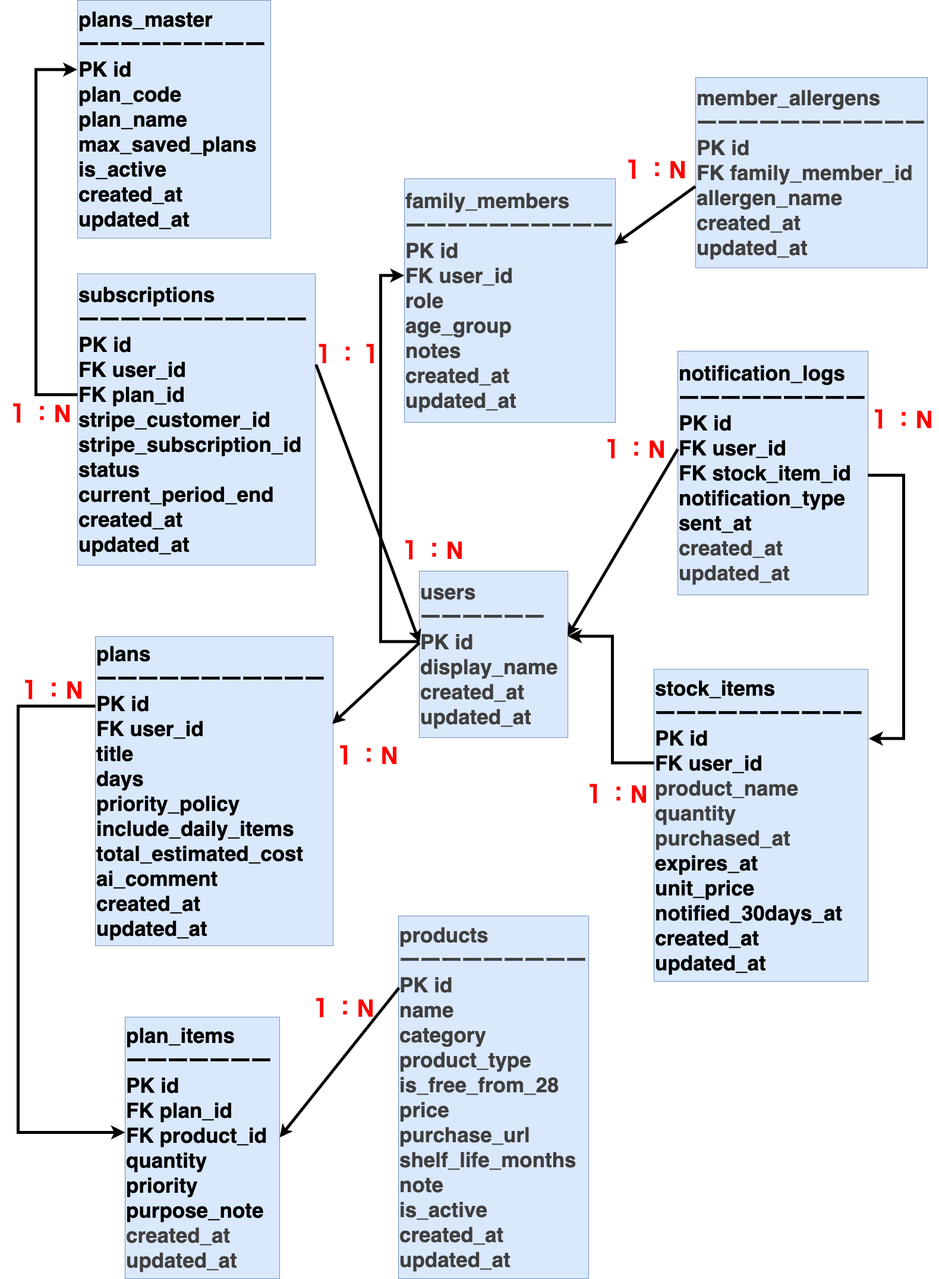
Before: docs/db/sonaeare-er.png, a diagram exported from draw.io (aya425/sonae-are). Source tidied: cells renumbered, new cells last; positions are measured from the earlier drawing's top-left corner, leaving out a move shared by most shapes.
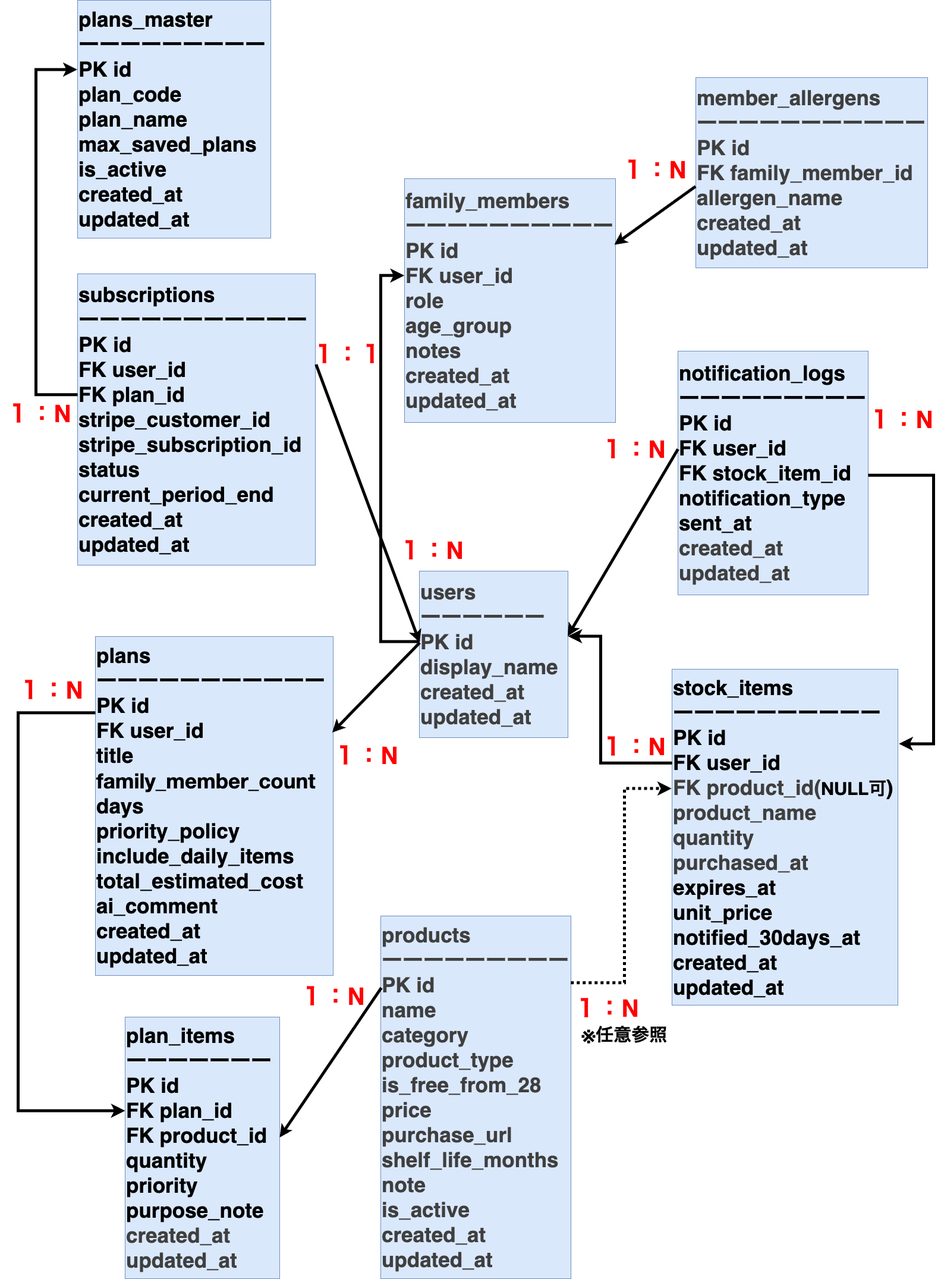
After the commit.

Commit message:
fix: 最新のDB設計書に合わせてER図を更新

What changed in the source:
```diff
@@ -1,2 +1,2 @@
-<mxGraphModel>
+<mxGraphModel background="#FFFFFF">
   <root>
@@ -11,6 +11,6 @@
     <mxCell id="4" value="&lt;div style=&quot;color: rgb(63, 63, 63); scrollbar-color: rgb(226, 226, 226) rgb(251, 251, 251);&quot;&gt;&lt;font style=&quot;scrollbar-color: rgb(226, 226, 226) rgb(251, 251, 251); font-size: 35px;&quot;&gt;&lt;b&gt;products&lt;/b&gt;&lt;/font&gt;&lt;/div&gt;&lt;div style=&quot;color: rgb(63, 63, 63); scrollbar-color: rgb(226, 226, 226) rgb(251, 251, 251);&quot;&gt;&lt;font style=&quot;scrollbar-color: rgb(226, 226, 226) rgb(251, 251, 251); font-size: 35px;&quot;&gt;&lt;span style=&quot;color: rgb(63, 63, 63); scrollbar-color: rgb(226, 226, 226) rgb(251, 251, 251);&quot;&gt;&lt;b&gt;ーーーーーーーーー&lt;/b&gt;&lt;/span&gt;&lt;/font&gt;&lt;/div&gt;&lt;div style=&quot;color: rgb(63, 63, 63); scrollbar-color: rgb(226, 226, 226) rgb(251, 251, 251);&quot;&gt;&lt;font style=&quot;scrollbar-color: rgb(226, 226, 226) rgb(251, 251, 251); font-size: 35px;&quot;&gt;&lt;b&gt;PK id&lt;/b&gt;&lt;/font&gt;&lt;/div&gt;&lt;div style=&quot;color: rgb(63, 63, 63); scrollbar-color: rgb(226, 226, 226) rgb(251, 251, 251);&quot;&gt;&lt;font style=&quot;scrollbar-color: rgb(226, 226, 226) rgb(251, 251, 251); font-size: 35px;&quot;&gt;&lt;b&gt;name&lt;/b&gt;&lt;/font&gt;&lt;/div&gt;&lt;div style=&quot;color: rgb(63, 63, 63); scrollbar-color: rgb(226, 226, 226) rgb(251, 251, 251);&quot;&gt;&lt;font style=&quot;scrollbar-color: rgb(226, 226, 226) rgb(251, 251, 251); font-size: 35px;&quot;&gt;&lt;b&gt;category&lt;/b&gt;&lt;/font&gt;&lt;/div&gt;&lt;div style=&quot;color: rgb(63, 63, 63); scrollbar-color: rgb(226, 226, 226) rgb(251, 251, 251);&quot;&gt;&lt;font style=&quot;scrollbar-color: rgb(226, 226, 226) rgb(251, 251, 251); font-size: 35px;&quot;&gt;&lt;b&gt;product_type&lt;/b&gt;&lt;/font&gt;&lt;/div&gt;&lt;div style=&quot;color: rgb(63, 63, 63); scrollbar-color: rgb(226, 226, 226) rgb(251, 251, 251);&quot;&gt;&lt;font style=&quot;scrollbar-color: rgb(226, 226, 226) rgb(251, 251, 251); font-size: 35px;&quot;&gt;&lt;b&gt;is_free_from_28&lt;/b&gt;&lt;/font&gt;&lt;/div&gt;&lt;div style=&quot;color: rgb(63, 63, 63); scrollbar-color: rgb(226, 226, 226) rgb(251, 251, 251);&quot;&gt;&lt;font style=&quot;scrollbar-color: rgb(226, 226, 226) rgb(251, 251, 251); font-size: 35px;&quot;&gt;&lt;b&gt;price&lt;/b&gt;&lt;/font&gt;&lt;/div&gt;&lt;div style=&quot;color: rgb(63, 63, 63); scrollbar-color: rgb(226, 226, 226) rgb(251, 251, 251);&quot;&gt;&lt;font style=&quot;scrollbar-color: rgb(226, 226, 226) rgb(251, 251, 251); font-size: 35px;&quot;&gt;&lt;b&gt;purchase_url&lt;/b&gt;&lt;/font&gt;&lt;/div&gt;&lt;div style=&quot;color: rgb(63, 63, 63); scrollbar-color: rgb(226, 226, 226) rgb(251, 251, 251);&quot;&gt;&lt;font style=&quot;scrollbar-color: rgb(226, 226, 226) rgb(251, 251, 251); font-size: 35px;&quot;&gt;&lt;b&gt;shelf_life_months&lt;/b&gt;&lt;/font&gt;&lt;/div&gt;&lt;div style=&quot;color: rgb(63, 63, 63); scrollbar-color: rgb(226, 226, 226) rgb(251, 251, 251);&quot;&gt;&lt;font style=&quot;scrollbar-color: rgb(226, 226, 226) rgb(251, 251, 251); font-size: 35px;&quot;&gt;&lt;b&gt;note&lt;/b&gt;&lt;/font&gt;&lt;/div&gt;&lt;div style=&quot;color: rgb(63, 63, 63); scrollbar-color: rgb(226, 226, 226) rgb(251, 251, 251);&quot;&gt;&lt;font style=&quot;scrollbar-color: rgb(226, 226, 226) rgb(251, 251, 251); font-size: 35px;&quot;&gt;&lt;b&gt;is_active&lt;/b&gt;&lt;/font&gt;&lt;/div&gt;&lt;div style=&quot;color: rgb(63, 63, 63); scrollbar-color: rgb(226, 226, 226) rgb(251, 251, 251);&quot;&gt;&lt;font style=&quot;scrollbar-color: rgb(226, 226, 226) rgb(251, 251, 251); font-size: 35px;&quot;&gt;&lt;b&gt;created_at&lt;/b&gt;&lt;/font&gt;&lt;/div&gt;&lt;div style=&quot;color: rgb(63, 63, 63); scrollbar-color: rgb(226, 226, 226) rgb(251, 251, 251);&quot;&gt;&lt;font style=&quot;scrollbar-color: rgb(226, 226, 226) rgb(251, 251, 251); font-size: 35px;&quot;&gt;&lt;b&gt;updated_at&lt;/b&gt;&lt;/font&gt;&lt;/div&gt;" style="rounded=0;whiteSpace=wrap;html=1;fillColor=#dae8fc;strokeColor=#6c8ebf;align=left;" parent="1" vertex="1">
-      <mxGeometry x="670" y="1540" width="320" height="610" as="geometry" />
+      <mxGeometry x="640" y="1540" width="320" height="610" as="geometry" />
     </mxCell>
-    <mxCell id="5" value="&lt;div&gt;&lt;font style=&quot;font-size: 35px;&quot; color=&quot;#000000&quot;&gt;&lt;b&gt;plans&lt;/b&gt;&lt;/font&gt;&lt;/div&gt;&lt;div&gt;&lt;font style=&quot;font-size: 35px;&quot; color=&quot;#000000&quot;&gt;&lt;b&gt;ーーーーーーーーーーー&lt;/b&gt;&lt;/font&gt;&lt;/div&gt;&lt;div&gt;&lt;font style=&quot;font-size: 35px;&quot; color=&quot;#000000&quot;&gt;&lt;b&gt;PK id&lt;/b&gt;&lt;/font&gt;&lt;/div&gt;&lt;div&gt;&lt;font style=&quot;font-size: 35px;&quot; color=&quot;#000000&quot;&gt;&lt;b&gt;FK user_id&lt;/b&gt;&lt;/font&gt;&lt;/div&gt;&lt;div&gt;&lt;font style=&quot;font-size: 35px;&quot; color=&quot;#000000&quot;&gt;&lt;b&gt;title&lt;/b&gt;&lt;/font&gt;&lt;/div&gt;&lt;div&gt;&lt;font style=&quot;font-size: 35px;&quot; color=&quot;#000000&quot;&gt;&lt;b&gt;days&lt;/b&gt;&lt;/font&gt;&lt;/div&gt;&lt;div&gt;&lt;font style=&quot;font-size: 35px;&quot; color=&quot;#000000&quot;&gt;&lt;b&gt;priority_policy&lt;/b&gt;&lt;/font&gt;&lt;/div&gt;&lt;div&gt;&lt;font style=&quot;font-size: 35px;&quot; color=&quot;#000000&quot;&gt;&lt;b&gt;include_daily_items&lt;/b&gt;&lt;/font&gt;&lt;/div&gt;&lt;div&gt;&lt;font style=&quot;font-size: 35px;&quot; color=&quot;#000000&quot;&gt;&lt;b&gt;total_estimated_cost&lt;/b&gt;&lt;/font&gt;&lt;/div&gt;&lt;div&gt;&lt;font style=&quot;font-size: 35px;&quot; color=&quot;#000000&quot;&gt;&lt;b&gt;ai_comment&lt;/b&gt;&lt;/font&gt;&lt;/div&gt;&lt;div&gt;&lt;font style=&quot;font-size: 35px;&quot; color=&quot;#000000&quot;&gt;&lt;b&gt;created_at&lt;/b&gt;&lt;/font&gt;&lt;/div&gt;&lt;div&gt;&lt;font style=&quot;font-size: 35px;&quot; color=&quot;#000000&quot;&gt;&lt;b&gt;updated_at&lt;/b&gt;&lt;/font&gt;&lt;/div&gt;" style="rounded=0;whiteSpace=wrap;html=1;fillColor=#dae8fc;strokeColor=#6c8ebf;align=left;" parent="1" vertex="1">
-      <mxGeometry x="160" y="1070" width="400" height="520" as="geometry" />
+    <mxCell id="5" value="&lt;div&gt;&lt;font style=&quot;font-size: 35px;&quot; color=&quot;#000000&quot;&gt;&lt;b&gt;plans&lt;/b&gt;&lt;/font&gt;&lt;/div&gt;&lt;div&gt;&lt;font style=&quot;font-size: 35px;&quot; color=&quot;#000000&quot;&gt;&lt;b&gt;ーーーーーーーーーーー&lt;/b&gt;&lt;/font&gt;&lt;/div&gt;&lt;div&gt;&lt;font style=&quot;font-size: 35px;&quot; color=&quot;#000000&quot;&gt;&lt;b&gt;PK id&lt;/b&gt;&lt;/font&gt;&lt;/div&gt;&lt;div&gt;&lt;font style=&quot;font-size: 35px;&quot; color=&quot;#000000&quot;&gt;&lt;b&gt;FK user_id&lt;/b&gt;&lt;/font&gt;&lt;/div&gt;&lt;div&gt;&lt;font style=&quot;font-size: 35px;&quot; color=&quot;#000000&quot;&gt;&lt;b&gt;title&lt;/b&gt;&lt;/font&gt;&lt;/div&gt;&lt;div&gt;&lt;font style=&quot;font-size: 35px;&quot; color=&quot;#000000&quot;&gt;&lt;p style=&quot;margin: 0px; font-variant-numeric: normal; font-variant-east-asian: normal; font-variant-alternates: normal; font-size-adjust: none; font-kerning: auto; font-optical-sizing: auto; font-feature-settings: normal; font-variation-settings: normal; font-variant-position: normal; font-variant-emoji: normal; font-stretch: normal; line-height: normal; font-family: &amp;quot;Helvetica Neue&amp;quot;; color: rgb(0, 0, 0);&quot; class=&quot;p1&quot;&gt;&lt;b&gt;family_member_count&lt;/b&gt;&lt;/p&gt;&lt;/font&gt;&lt;/div&gt;&lt;div&gt;&lt;font style=&quot;font-size: 35px;&quot; color=&quot;#000000&quot;&gt;&lt;b&gt;days&lt;/b&gt;&lt;/font&gt;&lt;/div&gt;&lt;div&gt;&lt;font style=&quot;font-size: 35px;&quot; color=&quot;#000000&quot;&gt;&lt;b&gt;priority_policy&lt;/b&gt;&lt;/font&gt;&lt;/div&gt;&lt;div&gt;&lt;font style=&quot;font-size: 35px;&quot; color=&quot;#000000&quot;&gt;&lt;b&gt;include_daily_items&lt;/b&gt;&lt;/font&gt;&lt;/div&gt;&lt;div&gt;&lt;font style=&quot;font-size: 35px;&quot; color=&quot;#000000&quot;&gt;&lt;b&gt;total_estimated_cost&lt;/b&gt;&lt;/font&gt;&lt;/div&gt;&lt;div&gt;&lt;font style=&quot;font-size: 35px;&quot; color=&quot;#000000&quot;&gt;&lt;b&gt;ai_comment&lt;/b&gt;&lt;/font&gt;&lt;/div&gt;&lt;div&gt;&lt;font style=&quot;font-size: 35px;&quot; color=&quot;#000000&quot;&gt;&lt;b&gt;created_at&lt;/b&gt;&lt;/font&gt;&lt;/div&gt;&lt;div&gt;&lt;font style=&quot;font-size: 35px;&quot; color=&quot;#000000&quot;&gt;&lt;b&gt;updated_at&lt;/b&gt;&lt;/font&gt;&lt;/div&gt;" style="rounded=0;whiteSpace=wrap;html=1;fillColor=#dae8fc;strokeColor=#6c8ebf;align=left;" parent="1" vertex="1">
+      <mxGeometry x="160" y="1070" width="400" height="570" as="geometry" />
     </mxCell>
@@ -31,4 +31,4 @@
     </mxCell>
-    <mxCell id="11" value="&lt;div&gt;&lt;font style=&quot;font-size: 35px;&quot; color=&quot;#000000&quot;&gt;&lt;b&gt;stock_items&lt;/b&gt;&lt;/font&gt;&lt;/div&gt;&lt;div&gt;&lt;font style=&quot;font-size: 35px;&quot; color=&quot;#000000&quot;&gt;&lt;b&gt;ーーーーーーーーーー&lt;/b&gt;&lt;/font&gt;&lt;/div&gt;&lt;div&gt;&lt;font style=&quot;font-size: 35px;&quot; color=&quot;#000000&quot;&gt;&lt;b&gt;PK id&lt;/b&gt;&lt;/font&gt;&lt;/div&gt;&lt;div&gt;&lt;font style=&quot;font-size: 35px;&quot; color=&quot;#000000&quot;&gt;&lt;b&gt;FK user_id&lt;/b&gt;&lt;/font&gt;&lt;/div&gt;&lt;div&gt;&lt;span style=&quot;color: rgb(63, 63, 63); font-size: 35px; background-color: transparent;&quot;&gt;&lt;b&gt;product_name&lt;/b&gt;&lt;/span&gt;&lt;/div&gt;&lt;div&gt;&lt;b style=&quot;color: rgb(63, 63, 63); font-size: 35px; background-color: transparent;&quot;&gt;quantity&lt;/b&gt;&lt;/div&gt;&lt;div&gt;&lt;b style=&quot;color: rgb(63, 63, 63); font-size: 35px; background-color: transparent;&quot;&gt;purchased_at&lt;/b&gt;&lt;/div&gt;&lt;div&gt;&lt;font style=&quot;font-size: 35px;&quot; color=&quot;#000000&quot;&gt;&lt;b&gt;expires_at&lt;/b&gt;&lt;/font&gt;&lt;/div&gt;&lt;div&gt;&lt;font style=&quot;font-size: 35px;&quot; color=&quot;#000000&quot;&gt;&lt;b&gt;unit_price&lt;/b&gt;&lt;/font&gt;&lt;/div&gt;&lt;div&gt;&lt;font style=&quot;font-size: 35px;&quot; color=&quot;#000000&quot;&gt;&lt;b&gt;notified_30days_at&lt;/b&gt;&lt;/font&gt;&lt;/div&gt;&lt;div&gt;&lt;font style=&quot;font-size: 35px;&quot; color=&quot;#000000&quot;&gt;&lt;b&gt;created_at&lt;/b&gt;&lt;/font&gt;&lt;/div&gt;&lt;div&gt;&lt;font style=&quot;font-size: 35px;&quot; color=&quot;#000000&quot;&gt;&lt;b&gt;updated_at&lt;/b&gt;&lt;/font&gt;&lt;/div&gt;" style="rounded=0;whiteSpace=wrap;html=1;fillColor=#dae8fc;strokeColor=#6c8ebf;align=left;" parent="1" vertex="1">
-      <mxGeometry x="1100" y="1125" width="360" height="525" as="geometry" />
+    <mxCell id="11" value="&lt;div&gt;&lt;font style=&quot;font-size: 35px;&quot; color=&quot;#000000&quot;&gt;&lt;b&gt;stock_items&lt;/b&gt;&lt;/font&gt;&lt;/div&gt;&lt;div&gt;&lt;font style=&quot;font-size: 35px;&quot; color=&quot;#000000&quot;&gt;&lt;b&gt;ーーーーーーーーーー&lt;/b&gt;&lt;/font&gt;&lt;/div&gt;&lt;div&gt;&lt;font style=&quot;font-size: 35px;&quot; color=&quot;#000000&quot;&gt;&lt;b&gt;PK id&lt;/b&gt;&lt;/font&gt;&lt;/div&gt;&lt;div&gt;&lt;font style=&quot;font-size: 35px;&quot; color=&quot;#000000&quot;&gt;&lt;b&gt;FK user_id&lt;/b&gt;&lt;/font&gt;&lt;/div&gt;&lt;div&gt;&lt;span style=&quot;color: rgb(63, 63, 63); font-size: 35px; background-color: transparent;&quot;&gt;&lt;b&gt;FK product_id(&lt;/b&gt;&lt;/span&gt;&lt;span style=&quot;color: rgb(0, 0, 0); font-family: &amp;quot;Helvetica Neue&amp;quot;; background-color: transparent;&quot;&gt;&lt;b style=&quot;&quot;&gt;&lt;font style=&quot;font-size: 30px;&quot;&gt;NULL可&lt;/font&gt;&lt;/b&gt;&lt;/span&gt;&lt;b style=&quot;background-color: transparent; font-size: 35px;&quot;&gt;)&lt;/b&gt;&lt;/div&gt;&lt;div&gt;&lt;b style=&quot;color: rgb(63, 63, 63); font-size: 35px; background-color: transparent;&quot;&gt;product_name&lt;/b&gt;&lt;/div&gt;&lt;div&gt;&lt;b style=&quot;color: rgb(63, 63, 63); font-size: 35px; background-color: transparent;&quot;&gt;quantity&lt;/b&gt;&lt;/div&gt;&lt;div&gt;&lt;b style=&quot;color: rgb(63, 63, 63); font-size: 35px; background-color: transparent;&quot;&gt;purchased_at&lt;/b&gt;&lt;/div&gt;&lt;div&gt;&lt;font style=&quot;font-size: 35px;&quot; color=&quot;#000000&quot;&gt;&lt;b&gt;expires_at&lt;/b&gt;&lt;/font&gt;&lt;/div&gt;&lt;div&gt;&lt;font style=&quot;font-size: 35px;&quot; color=&quot;#000000&quot;&gt;&lt;b&gt;unit_price&lt;/b&gt;&lt;/font&gt;&lt;/div&gt;&lt;div&gt;&lt;font style=&quot;font-size: 35px;&quot; color=&quot;#000000&quot;&gt;&lt;b&gt;notified_30days_at&lt;/b&gt;&lt;/font&gt;&lt;/div&gt;&lt;div&gt;&lt;font style=&quot;font-size: 35px;&quot; color=&quot;#000000&quot;&gt;&lt;b&gt;created_at&lt;/b&gt;&lt;/font&gt;&lt;/div&gt;&lt;div&gt;&lt;font style=&quot;font-size: 35px;&quot; color=&quot;#000000&quot;&gt;&lt;b&gt;updated_at&lt;/b&gt;&lt;/font&gt;&lt;/div&gt;" style="rounded=0;whiteSpace=wrap;html=1;fillColor=#dae8fc;strokeColor=#6c8ebf;align=left;" parent="1" vertex="1">
+      <mxGeometry x="1130" y="1125" width="380" height="565" as="geometry" />
     </mxCell>
@@ -37,6 +37,6 @@
     </mxCell>
-    <mxCell id="13" style="edgeStyle=elbowEdgeStyle;elbow=horizontal;endArrow=classic;html=1;curved=0;rounded=0;endSize=8;startSize=8;exitX=-0.001;exitY=0.3;exitDx=0;exitDy=0;exitPerimeter=0;entryX=1;entryY=0.391;entryDx=0;entryDy=0;entryPerimeter=0;strokeWidth=5;" parent="1" edge="1" source="11" target="2">
+    <mxCell id="13" style="edgeStyle=elbowEdgeStyle;elbow=horizontal;endArrow=classic;html=1;curved=0;rounded=0;endSize=8;startSize=8;exitX=0.001;exitY=0.279;exitDx=0;exitDy=0;exitPerimeter=0;entryX=1;entryY=0.391;entryDx=0;entryDy=0;entryPerimeter=0;strokeWidth=5;" parent="1" edge="1" source="11" target="2">
       <mxGeometry relative="1" as="geometry">
         <Array as="points">
-          <mxPoint x="1030" y="1200" />
+          <mxPoint x="1010" y="1170" />
           <mxPoint x="990" y="1160" />
@@ -48,3 +48,3 @@
     </mxCell>
-    <mxCell id="15" style="edgeStyle=elbowEdgeStyle;elbow=horizontal;endArrow=classic;html=1;curved=0;rounded=0;endSize=8;startSize=8;strokeWidth=5;entryX=0;entryY=0.441;entryDx=0;entryDy=0;entryPerimeter=0;exitX=0;exitY=0.225;exitDx=0;exitDy=0;exitPerimeter=0;" parent="1" edge="1" source="5" target="10">
+    <mxCell id="15" style="edgeStyle=elbowEdgeStyle;elbow=horizontal;endArrow=classic;html=1;curved=0;rounded=0;endSize=8;startSize=8;strokeWidth=5;entryX=0;entryY=0.358;entryDx=0;entryDy=0;entryPerimeter=0;exitX=0;exitY=0.225;exitDx=0;exitDy=0;exitPerimeter=0;" parent="1" edge="1" source="5" target="10">
       <mxGeometry relative="1" as="geometry">
@@ -76,3 +76,3 @@
         <Array as="points">
-          <mxPoint x="1520" y="1036.3" />
+          <mxPoint x="1570" y="1020" />
         </Array>
@@ -96,6 +96,6 @@
     <mxCell id="25" value="１：N" style="text;html=1;align=center;verticalAlign=middle;whiteSpace=wrap;rounded=0;fontSize=40;fontStyle=1;fontColor=#FF0000;" parent="1" vertex="1">
-      <mxGeometry x="510" y="1660" width="130" height="70" as="geometry" />
+      <mxGeometry x="494" y="1640" width="130" height="70" as="geometry" />
     </mxCell>
     <mxCell id="26" value="１：N" style="text;html=1;align=center;verticalAlign=middle;whiteSpace=wrap;rounded=0;fontSize=40;fontStyle=1;fontColor=#FF0000;" parent="1" vertex="1">
-      <mxGeometry x="970" y="1300" width="130" height="70" as="geometry" />
+      <mxGeometry x="1000" y="1220" width="130" height="70" as="geometry" />
     </mxCell>
@@ -121,2 +121,16 @@
     </mxCell>
+    <mxCell id="32" style="edgeStyle=elbowEdgeStyle;elbow=horizontal;endArrow=classic;html=1;curved=0;rounded=0;endSize=8;startSize=8;strokeWidth=5;exitX=0.999;exitY=0.184;exitDx=0;exitDy=0;exitPerimeter=0;entryX=-0.002;entryY=0.355;entryDx=0;entryDy=0;entryPerimeter=0;horizontal=1;dashed=1;dashPattern=1 1;" parent="1" edge="1" source="4" target="11">
+      <mxGeometry relative="1" as="geometry">
+        <Array as="points">
+          <mxPoint x="1050" y="1500" />
+          <mxPoint x="984.6" y="1464.5" />
+        </Array>
+      </mxGeometry>
+    </mxCell>
+    <mxCell id="33" value="１：N" style="text;html=1;align=center;verticalAlign=middle;whiteSpace=wrap;rounded=0;fontSize=40;fontStyle=1;fontColor=#FF0000;" parent="1" vertex="1">
+      <mxGeometry x="955" y="1660" width="130" height="70" as="geometry" />
+    </mxCell>
+    <mxCell id="34" value="&lt;b&gt;&lt;font style=&quot;font-size: 30px;&quot;&gt;※任意参照&lt;/font&gt;&lt;/b&gt;" style="text;html=1;align=center;verticalAlign=middle;whiteSpace=wrap;rounded=0;" parent="1" vertex="1">
+      <mxGeometry x="960" y="1710" width="180" height="60" as="geometry" />
+    </mxCell>
   </root>
```
